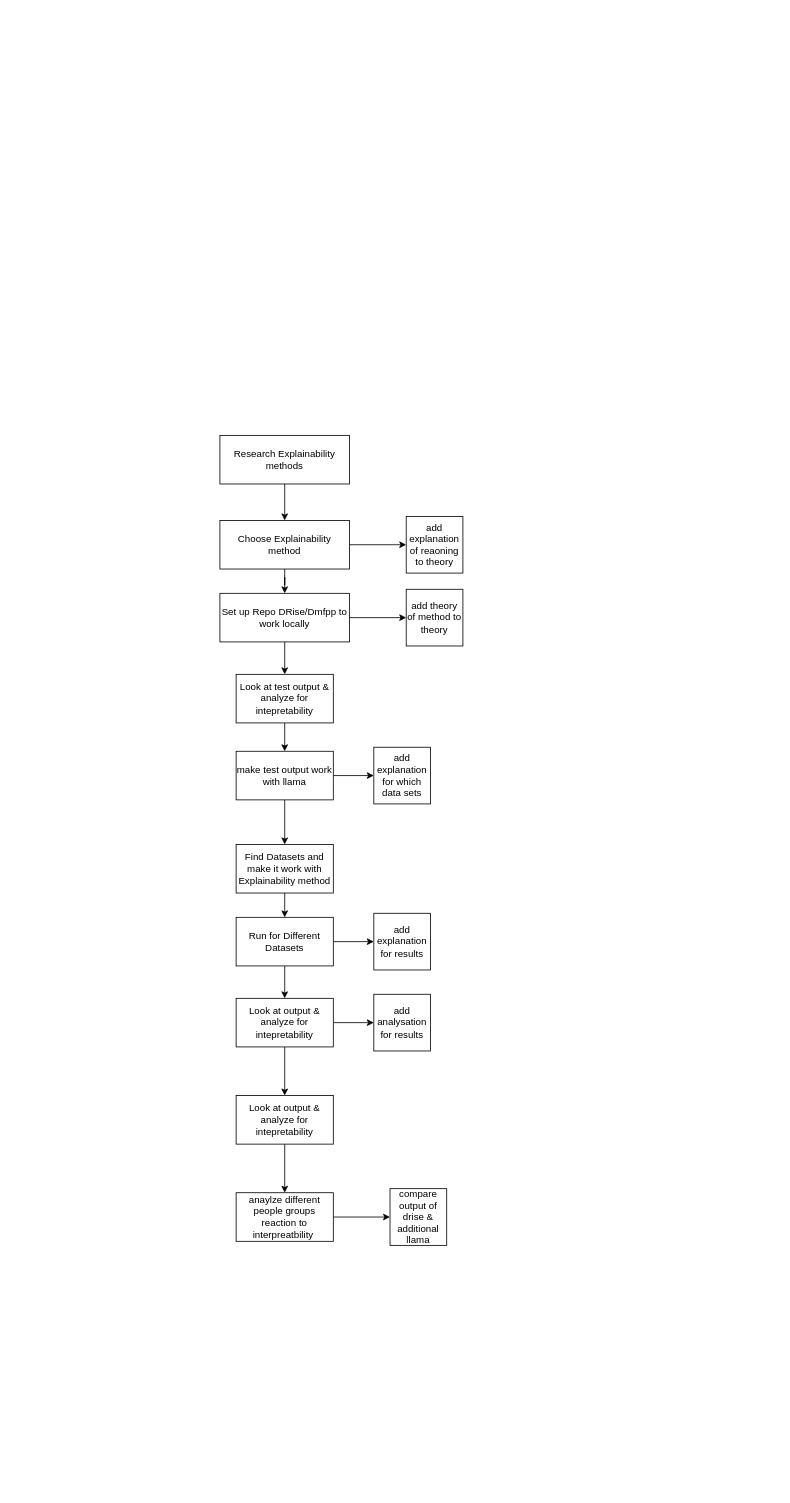
Above: diagrams/methods.drawio in rieselin/PA_Trustworthy_AI (draw.io), before the change. Source tidied: cells renumbered, new cells numbered last; positions are measured from the earlier drawing's top-left corner, leaving out a move shared by most shapes. Both pictures are drawn from the tidied source at 81%, with x=0, y=0 at pixel (220, 435).
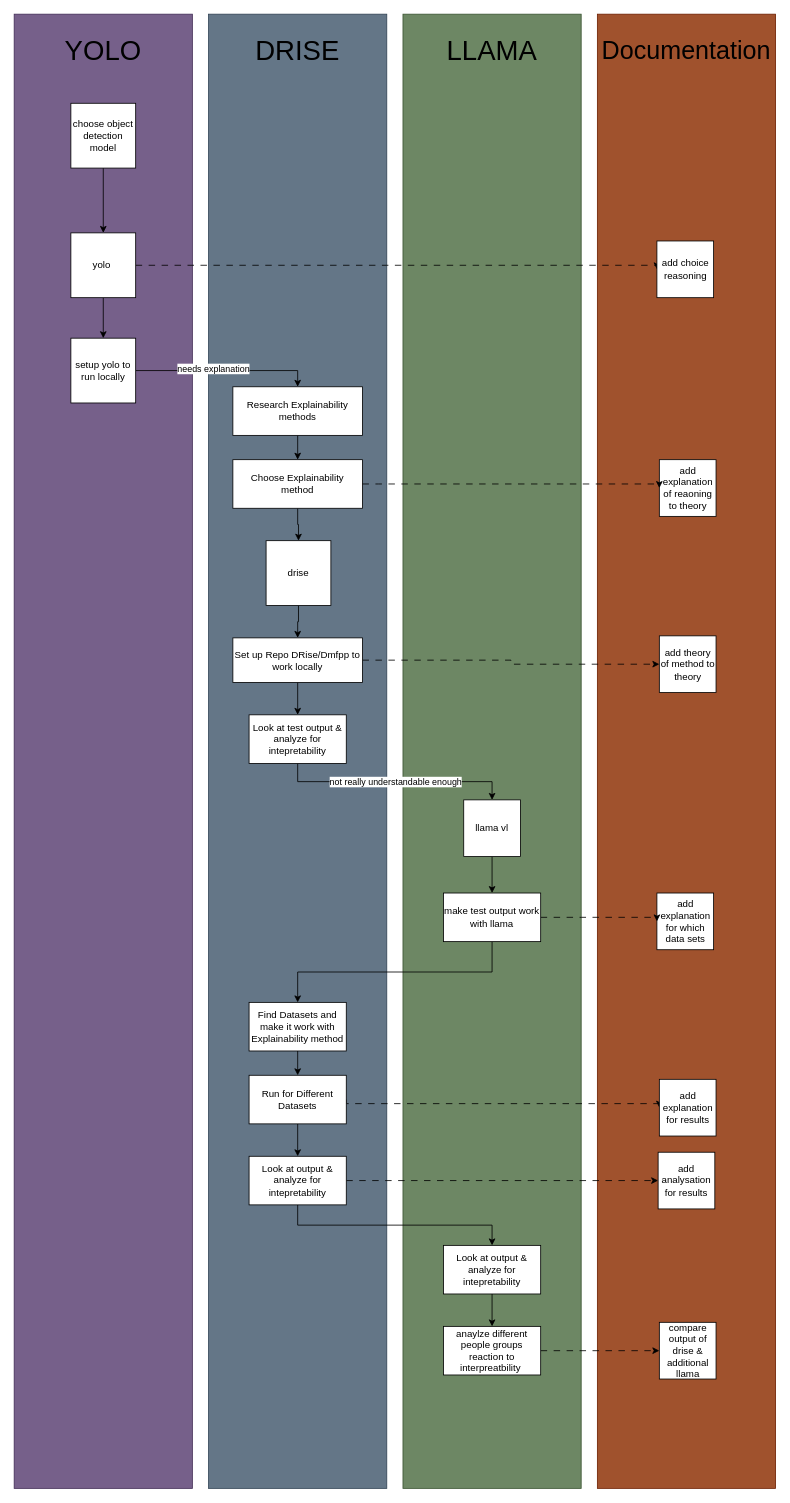
The same page after the edit.

What changed in the source:
```diff
@@
+    <mxCell id="33" style="rounded=0;whiteSpace=wrap;html=1;fillColor=#647687;fontColor=#ffffff;strokeColor=#314354;" parent="1" vertex="1">
+      <mxGeometry x="-14" y="-520" width="220" height="1820" as="geometry" />
+    </mxCell>
+    <mxCell id="34" style="rounded=0;whiteSpace=wrap;html=1;fillColor=#6d8764;fontColor=#ffffff;strokeColor=#3A5431;" parent="1" vertex="1">
+      <mxGeometry x="226" y="-520" width="220" height="1820" as="geometry" />
+    </mxCell>
+    <mxCell id="35" style="rounded=0;whiteSpace=wrap;html=1;fillColor=#a0522d;fontColor=#ffffff;strokeColor=#6D1F00;" parent="1" vertex="1">
+      <mxGeometry x="466" y="-520" width="220" height="1820" as="geometry" />
+    </mxCell>
+    <mxCell id="36" style="rounded=0;whiteSpace=wrap;html=1;fillColor=#76608a;fontColor=#ffffff;strokeColor=#432D57;" parent="1" vertex="1">
+      <mxGeometry x="-254" y="-520" width="220" height="1820" as="geometry" />
+    </mxCell>
@@
-    <mxCell id="3" style="edgeStyle=orthogonalEdgeStyle;rounded=0;jettySize=auto;html=1;exitX=1;exitY=0.5;exitDx=0;exitDy=0;entryX=0;entryY=0.5;entryDx=0;entryDy=0;" parent="1" edge="1" source="4" target="15">
+    <mxCell id="3" style="edgeStyle=orthogonalEdgeStyle;rounded=0;jettySize=auto;html=1;exitX=1;exitY=0.5;exitDx=0;exitDy=0;entryX=0;entryY=0.5;entryDx=0;entryDy=0;dashed=1;dashPattern=8 8;" parent="1" edge="1" source="4" target="15">
       <mxGeometry relative="1" as="geometry" />
     </mxCell>
     <mxCell id="4" value="Set up Repo DRise/Dmfpp to work locally" style="rounded=0;whiteSpace=wrap;html=1;" parent="1" vertex="1">
-      <mxGeometry y="195" width="160" height="60" as="geometry" />
+      <mxGeometry x="16" y="250" width="160" height="55" as="geometry" />
     </mxCell>
-    <mxCell id="5" style="edgeStyle=orthogonalEdgeStyle;rounded=0;jettySize=auto;html=1;exitX=0.5;exitY=1;exitDx=0;exitDy=0;entryX=0.5;entryY=0;entryDx=0;entryDy=0;" parent="1" edge="1" source="6" target="19">
-      <mxGeometry relative="1" as="geometry" />
-    </mxCell>
+    <mxCell id="37" value="not really understandable enough" style="edgeStyle=orthogonalEdgeStyle;rounded=0;jettySize=auto;html=1;exitX=0.5;exitY=1;exitDx=0;exitDy=0;entryX=0.5;entryY=0;entryDx=0;entryDy=0;" parent="1" edge="1" source="6" target="45">
+      <mxGeometry relative="1" as="geometry" />
+    </mxCell>
     <mxCell id="6" value="Look at test output &amp;amp; analyze for intepretability" style="rounded=0;whiteSpace=wrap;html=1;" parent="1" vertex="1">
-      <mxGeometry x="20" y="295" width="120" height="60" as="geometry" />
+      <mxGeometry x="36" y="345" width="120" height="60" as="geometry" />
     </mxCell>
@@
-    <mxCell id="8" style="edgeStyle=orthogonalEdgeStyle;rounded=0;jettySize=auto;html=1;exitX=1;exitY=0.5;exitDx=0;exitDy=0;entryX=0;entryY=0.5;entryDx=0;entryDy=0;" parent="1" edge="1" source="9" target="20">
-      <mxGeometry relative="1" as="geometry" />
+    <mxCell id="8" style="edgeStyle=orthogonalEdgeStyle;rounded=0;jettySize=auto;html=1;exitX=1;exitY=0.5;exitDx=0;exitDy=0;entryX=0;entryY=0.5;entryDx=0;entryDy=0;dashed=1;dashPattern=8 8;" parent="1" edge="1" source="9" target="20">
+      <mxGeometry relative="1" as="geometry">
+        <Array as="points">
+          <mxPoint x="396" y="825" />
+          <mxPoint x="396" y="825" />
+        </Array>
+      </mxGeometry>
     </mxCell>
     <mxCell id="9" value="Run for Different Datasets" style="rounded=0;whiteSpace=wrap;html=1;" parent="1" vertex="1">
-      <mxGeometry x="20" y="595" width="120" height="60" as="geometry" />
+      <mxGeometry x="36" y="790" width="120" height="60" as="geometry" />
     </mxCell>
@@
     <mxCell id="11" value="Find Datasets and make it work with Explainability method" style="rounded=0;whiteSpace=wrap;html=1;" parent="1" vertex="1">
-      <mxGeometry x="20" y="505" width="120" height="60" as="geometry" />
+      <mxGeometry x="36" y="700" width="120" height="60" as="geometry" />
     </mxCell>
-    <mxCell id="12" style="edgeStyle=orthogonalEdgeStyle;rounded=0;jettySize=auto;html=1;exitX=0.5;exitY=1;exitDx=0;exitDy=0;" parent="1" edge="1" source="13" target="4">
-      <mxGeometry relative="1" as="geometry" />
-    </mxCell>
+    <mxCell id="38" style="edgeStyle=orthogonalEdgeStyle;rounded=0;jettySize=auto;html=1;exitX=0.5;exitY=1;exitDx=0;exitDy=0;entryX=0.5;entryY=0;entryDx=0;entryDy=0;" parent="1" edge="1" source="13" target="40">
+      <mxGeometry relative="1" as="geometry" />
+    </mxCell>
     <mxCell id="13" value="Choose Explainability method" style="rounded=0;whiteSpace=wrap;html=1;" parent="1" vertex="1">
-      <mxGeometry y="105" width="160" height="60" as="geometry" />
+      <mxGeometry x="16" y="30" width="160" height="60" as="geometry" />
     </mxCell>
     <mxCell id="14" value="add explanation of reaoning to theory" style="whiteSpace=wrap;html=1;" parent="1" vertex="1">
-      <mxGeometry x="230" y="100" width="70" height="70" as="geometry" />
+      <mxGeometry x="542.5" y="30" width="70" height="70" as="geometry" />
     </mxCell>
     <mxCell id="15" value="add theory of method to theory" style="whiteSpace=wrap;html=1;" parent="1" vertex="1">
-      <mxGeometry x="230" y="190" width="70" height="70" as="geometry" />
+      <mxGeometry x="542.5" y="247.5" width="70" height="70" as="geometry" />
     </mxCell>
     <mxCell id="16" value="add explanation for which data sets" style="whiteSpace=wrap;html=1;" parent="1" vertex="1">
-      <mxGeometry x="190" y="385" width="70" height="70" as="geometry" />
+      <mxGeometry x="539.5" y="565" width="70" height="70" as="geometry" />
     </mxCell>
@@
-    <mxCell id="18" style="edgeStyle=orthogonalEdgeStyle;rounded=0;jettySize=auto;html=1;exitX=1;exitY=0.5;exitDx=0;exitDy=0;entryX=0;entryY=0.5;entryDx=0;entryDy=0;" parent="1" edge="1" source="19" target="16">
-      <mxGeometry relative="1" as="geometry" />
+    <mxCell id="18" style="edgeStyle=orthogonalEdgeStyle;rounded=0;jettySize=auto;html=1;exitX=1;exitY=0.5;exitDx=0;exitDy=0;entryX=0;entryY=0.5;entryDx=0;entryDy=0;dashed=1;dashPattern=8 8;" parent="1" edge="1" source="19" target="16">
+      <mxGeometry relative="1" as="geometry">
+        <Array as="points">
+          <mxPoint x="446" y="595" />
+          <mxPoint x="446" y="595" />
+        </Array>
+      </mxGeometry>
     </mxCell>
     <mxCell id="19" value="make test output work with llama" style="rounded=0;whiteSpace=wrap;html=1;" parent="1" vertex="1">
-      <mxGeometry x="20" y="390" width="120" height="60" as="geometry" />
+      <mxGeometry x="276" y="565" width="120" height="60" as="geometry" />
     </mxCell>
     <mxCell id="20" value="add explanation for results" style="whiteSpace=wrap;html=1;" parent="1" vertex="1">
-      <mxGeometry x="190" y="590" width="70" height="70" as="geometry" />
+      <mxGeometry x="542.5" y="795" width="70" height="70" as="geometry" />
     </mxCell>
@@
-    <mxCell id="22" style="edgeStyle=orthogonalEdgeStyle;rounded=0;jettySize=auto;html=1;exitX=1;exitY=0.5;exitDx=0;exitDy=0;entryX=0;entryY=0.5;entryDx=0;entryDy=0;" parent="1" edge="1" source="23" target="24">
+    <mxCell id="22" style="edgeStyle=orthogonalEdgeStyle;rounded=0;jettySize=auto;html=1;exitX=1;exitY=0.5;exitDx=0;exitDy=0;entryX=0;entryY=0.5;entryDx=0;entryDy=0;dashed=1;dashPattern=8 8;" parent="1" edge="1" source="23" target="24">
       <mxGeometry relative="1" as="geometry" />
     </mxCell>
     <mxCell id="23" value="Look at output &amp;amp; analyze for intepretability" style="rounded=0;whiteSpace=wrap;html=1;" parent="1" vertex="1">
-      <mxGeometry x="20" y="695" width="120" height="60" as="geometry" />
+      <mxGeometry x="36" y="890" width="120" height="60" as="geometry" />
     </mxCell>
     <mxCell id="24" value="add analysation for results" style="whiteSpace=wrap;html=1;" parent="1" vertex="1">
-      <mxGeometry x="190" y="690" width="70" height="70" as="geometry" />
+      <mxGeometry x="541" y="885" width="70" height="70" as="geometry" />
     </mxCell>
@@
     <mxCell id="26" value="Look at output &amp;amp; analyze for intepretability" style="rounded=0;whiteSpace=wrap;html=1;" parent="1" vertex="1">
-      <mxGeometry x="20" y="815" width="120" height="60" as="geometry" />
+      <mxGeometry x="276" y="1000" width="120" height="60" as="geometry" />
     </mxCell>
-    <mxCell id="27" style="edgeStyle=orthogonalEdgeStyle;rounded=0;jettySize=auto;html=1;exitX=1;exitY=0.5;exitDx=0;exitDy=0;entryX=0;entryY=0.5;entryDx=0;entryDy=0;" parent="1" edge="1" source="28" target="29">
+    <mxCell id="27" style="edgeStyle=orthogonalEdgeStyle;rounded=0;jettySize=auto;html=1;exitX=1;exitY=0.5;exitDx=0;exitDy=0;entryX=0;entryY=0.5;entryDx=0;entryDy=0;dashed=1;dashPattern=8 8;" parent="1" edge="1" source="28" target="29">
       <mxGeometry relative="1" as="geometry" />
     </mxCell>
     <mxCell id="28" value="anaylze different people groups reaction to interpreatbility&amp;nbsp;" style="rounded=0;whiteSpace=wrap;html=1;" parent="1" vertex="1">
-      <mxGeometry x="20" y="935" width="120" height="60" as="geometry" />
+      <mxGeometry x="276" y="1100" width="120" height="60" as="geometry" />
     </mxCell>
     <mxCell id="29" value="compare output of drise &amp;amp; additional llama" style="whiteSpace=wrap;html=1;" parent="1" vertex="1">
-      <mxGeometry x="210" y="930" width="70" height="70" as="geometry" />
+      <mxGeometry x="542.5" y="1095" width="70" height="70" as="geometry" />
     </mxCell>
-    <mxCell id="30" style="edgeStyle=orthogonalEdgeStyle;rounded=0;jettySize=auto;html=1;exitX=1;exitY=0.5;exitDx=0;exitDy=0;entryX=0;entryY=0.5;entryDx=0;entryDy=0;" parent="1" edge="1" source="13" target="14">
-      <mxGeometry relative="1" as="geometry" />
+    <mxCell id="30" style="edgeStyle=orthogonalEdgeStyle;rounded=0;jettySize=auto;html=1;exitX=1;exitY=0.5;exitDx=0;exitDy=0;entryX=0;entryY=0.5;entryDx=0;entryDy=0;dashed=1;dashPattern=8 8;" parent="1" edge="1" source="13" target="14">
+      <mxGeometry relative="1" as="geometry">
+        <Array as="points">
+          <mxPoint x="196" y="60" />
+          <mxPoint x="196" y="60" />
+        </Array>
+      </mxGeometry>
     </mxCell>
@@
     <mxCell id="32" value="Research Explainability methods" style="rounded=0;whiteSpace=wrap;html=1;" parent="1" vertex="1">
-      <mxGeometry width="160" height="60" as="geometry" />
+      <mxGeometry x="16" y="-60" width="160" height="60" as="geometry" />
     </mxCell>
+    <mxCell id="39" style="edgeStyle=orthogonalEdgeStyle;rounded=0;jettySize=auto;html=1;exitX=0.5;exitY=1;exitDx=0;exitDy=0;entryX=0.5;entryY=0;entryDx=0;entryDy=0;" parent="1" edge="1" source="40" target="4">
+      <mxGeometry relative="1" as="geometry" />
+    </mxCell>
+    <mxCell id="40" value="drise" style="whiteSpace=wrap;html=1;" parent="1" vertex="1">
+      <mxGeometry x="57" y="130" width="80" height="80" as="geometry" />
+    </mxCell>
+    <mxCell id="41" style="edgeStyle=orthogonalEdgeStyle;rounded=0;jettySize=auto;html=1;exitX=0.5;exitY=1;exitDx=0;exitDy=0;entryX=0.5;entryY=0;entryDx=0;entryDy=0;" parent="1" edge="1" source="43" target="50">
+      <mxGeometry relative="1" as="geometry" />
+    </mxCell>
+    <mxCell id="42" style="edgeStyle=orthogonalEdgeStyle;rounded=0;jettySize=auto;html=1;exitX=1;exitY=0.5;exitDx=0;exitDy=0;entryX=0;entryY=0.5;entryDx=0;entryDy=0;dashed=1;dashPattern=8 8;" parent="1" edge="1" source="43" target="51">
+      <mxGeometry relative="1" as="geometry">
+        <Array as="points">
+          <mxPoint x="206" y="-210" />
+          <mxPoint x="206" y="-210" />
+        </Array>
+      </mxGeometry>
+    </mxCell>
+    <mxCell id="43" value="yolo&amp;nbsp;" style="whiteSpace=wrap;html=1;" parent="1" vertex="1">
+      <mxGeometry x="-184" y="-250" width="80" height="80" as="geometry" />
+    </mxCell>
+    <mxCell id="44" style="edgeStyle=orthogonalEdgeStyle;rounded=0;jettySize=auto;html=1;exitX=0.5;exitY=1;exitDx=0;exitDy=0;entryX=0.5;entryY=0;entryDx=0;entryDy=0;" parent="1" edge="1" source="45" target="19">
+      <mxGeometry relative="1" as="geometry" />
+    </mxCell>
+    <mxCell id="45" value="llama vl" style="whiteSpace=wrap;html=1;" parent="1" vertex="1">
+      <mxGeometry x="301" y="450" width="70" height="70" as="geometry" />
+    </mxCell>
+    <mxCell id="46" style="edgeStyle=orthogonalEdgeStyle;rounded=0;jettySize=auto;html=1;" parent="1" edge="1" source="47" target="43">
+      <mxGeometry relative="1" as="geometry" />
+    </mxCell>
+    <mxCell id="47" value="choose object detection model" style="whiteSpace=wrap;html=1;" parent="1" vertex="1">
+      <mxGeometry x="-184" y="-410" width="80" height="80" as="geometry" />
+    </mxCell>
+    <mxCell id="48" style="edgeStyle=orthogonalEdgeStyle;rounded=0;jettySize=auto;html=1;entryX=0.5;entryY=0;entryDx=0;entryDy=0;" parent="1" edge="1" source="50" target="32">
+      <mxGeometry relative="1" as="geometry" />
+    </mxCell>
+    <mxCell id="49" value="needs explanation" style="edgeLabel;html=1;align=center;verticalAlign=middle;" parent="48" vertex="1">
+      <mxGeometry x="-0.14" y="3" relative="1" as="geometry" />
+    </mxCell>
+    <mxCell id="50" value="setup yolo to run locally" style="whiteSpace=wrap;html=1;" parent="1" vertex="1">
+      <mxGeometry x="-184" y="-120" width="80" height="80" as="geometry" />
+    </mxCell>
+    <mxCell id="51" value="add choice reasoning" style="whiteSpace=wrap;html=1;" parent="1" vertex="1">
+      <mxGeometry x="539.5" y="-240" width="70" height="70" as="geometry" />
+    </mxCell>
+    <mxCell id="52" value="&lt;font style=&quot;font-size: 31px;&quot;&gt;Documentation&lt;/font&gt;" style="text;html=1;whiteSpace=wrap;strokeColor=none;fillColor=none;align=center;verticalAlign=middle;rounded=0;" parent="1" vertex="1">
+      <mxGeometry x="466" y="-520" width="220" height="90" as="geometry" />
+    </mxCell>
+    <mxCell id="53" value="&lt;span style=&quot;font-size: 34px;&quot;&gt;LLAMA&lt;/span&gt;" style="text;html=1;whiteSpace=wrap;strokeColor=none;fillColor=none;align=center;verticalAlign=middle;rounded=0;" parent="1" vertex="1">
+      <mxGeometry x="226" y="-520" width="220" height="90" as="geometry" />
+    </mxCell>
+    <mxCell id="54" value="&lt;span style=&quot;font-size: 34px;&quot;&gt;DRISE&lt;/span&gt;" style="text;html=1;whiteSpace=wrap;strokeColor=none;fillColor=none;align=center;verticalAlign=middle;rounded=0;" parent="1" vertex="1">
+      <mxGeometry x="-14" y="-520" width="220" height="90" as="geometry" />
+    </mxCell>
+    <mxCell id="55" value="&lt;span style=&quot;font-size: 34px;&quot;&gt;YOLO&lt;/span&gt;" style="text;html=1;whiteSpace=wrap;strokeColor=none;fillColor=none;align=center;verticalAlign=middle;rounded=0;" parent="1" vertex="1">
+      <mxGeometry x="-254" y="-520" width="220" height="90" as="geometry" />
+    </mxCell>
```
